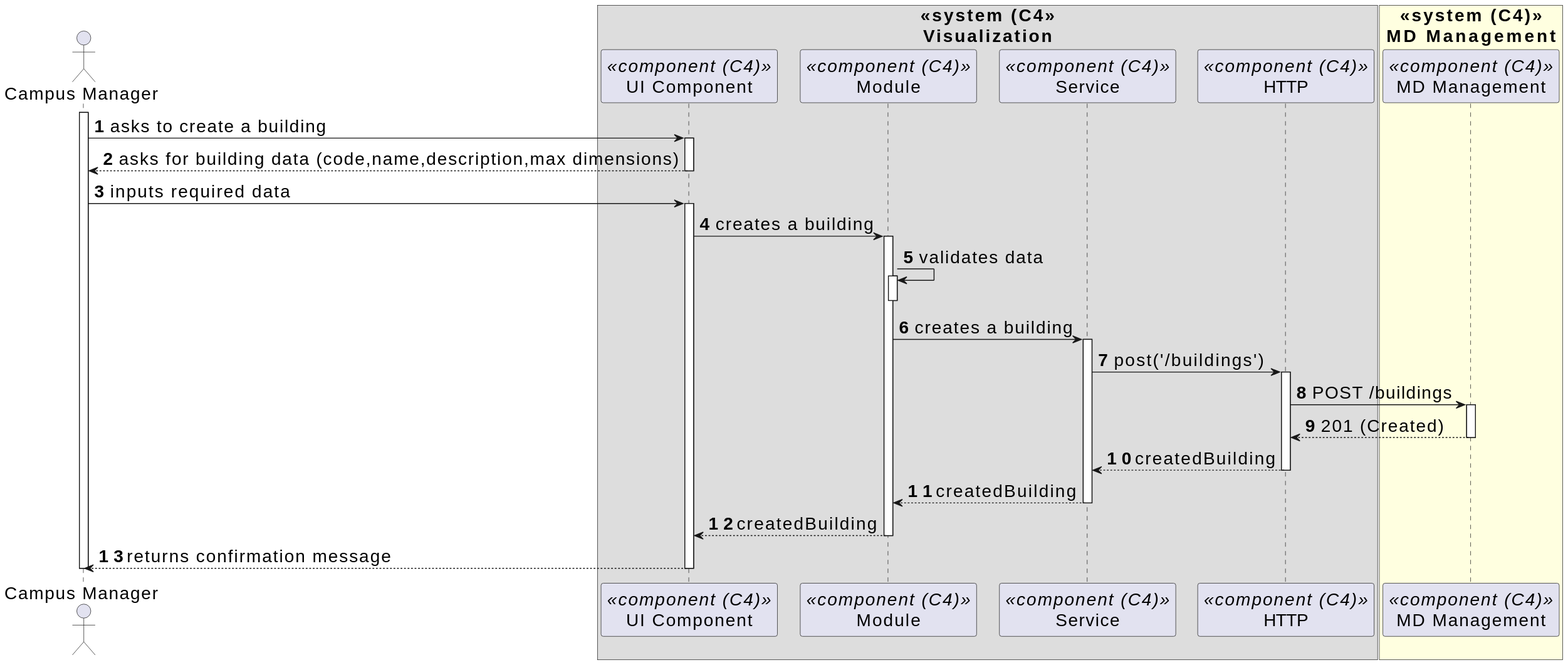
This is _wiki/sprint-b/us-1020/views/level-3/assets/process-view.svg from miseEnPlace-dev/lapr5, a PlantUML export, as it was before one commit.
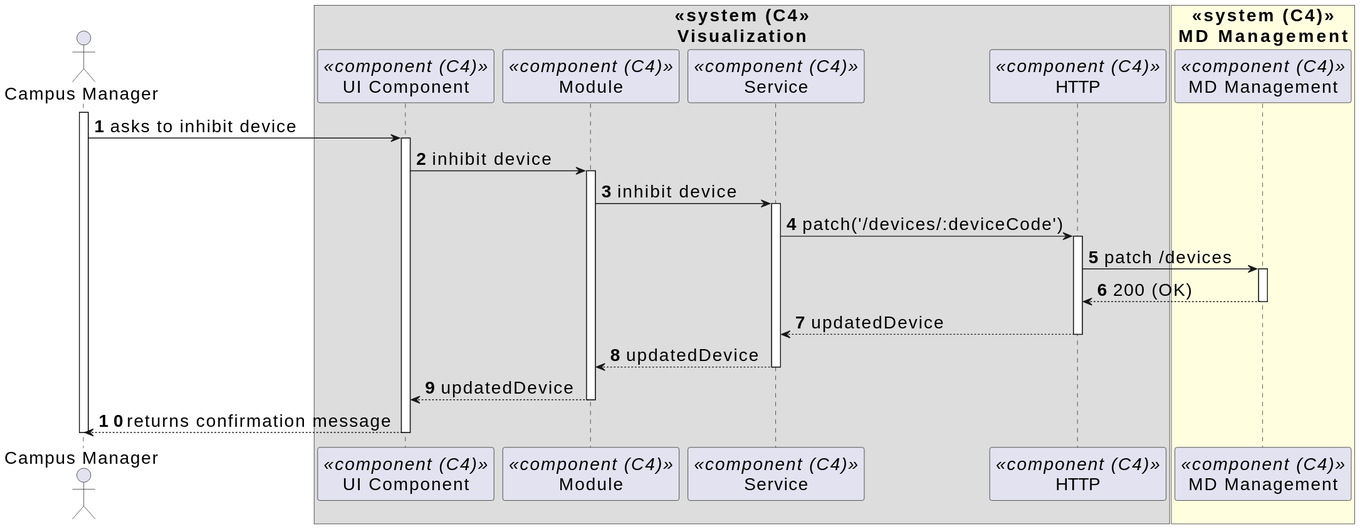
Above is the later version.

Change to the diagram source:
```diff
@@ -17,36 +17,27 @@
 
 activate CM
 
-CM -> CMP : asks to create a building
+CM -> CMP : asks to inhibit device
 activate CMP
 
-CM <-- CMP : asks for building data (code,name,description,max dimensions)
-deactivate CMP
-
-CM -> CMP : inputs required data
-activate CMP
-CMP -> MOD : creates a building
+CMP -> MOD : inhibit device
 activate MOD
-MOD -> MOD : validates data
-activate MOD
-deactivate MOD
-MOD -> SRV : creates a building
+MOD -> SRV : inhibit device
 activate SRV
-SRV -> HTTP : post('/buildings')
-
+SRV -> HTTP : patch('/devices/:deviceCode')
 activate HTTP
 
-HTTP -> MDM : POST /buildings
+HTTP -> MDM : patch /devices
 activate MDM
-MDM --> HTTP : 201 (Created)
+MDM --> HTTP : 200 (OK)
 deactivate MDM
 
-HTTP --> SRV : createdBuilding
+HTTP --> SRV : updatedDevice
 deactivate HTTP
 
-SRV --> MOD : createdBuilding
+SRV --> MOD : updatedDevice
 deactivate SRV
-MOD --> CMP : createdBuilding
+MOD --> CMP : updatedDevice
 deactivate MOD
 
 CM <-- CMP : returns confirmation message
```
